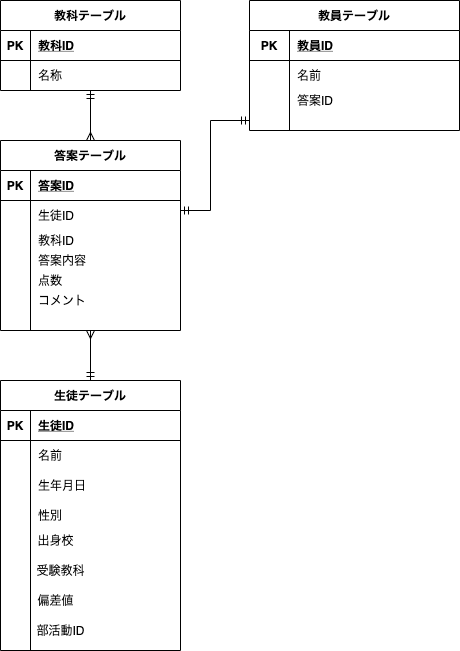
The draw.io diagram index.drawio.png in kentarokita/2021.5.4_kita, before a commit. Source tidied: cells renumbered, new cells last; positions are measured from the earlier drawing's top-left corner, leaving out a move shared by most shapes.
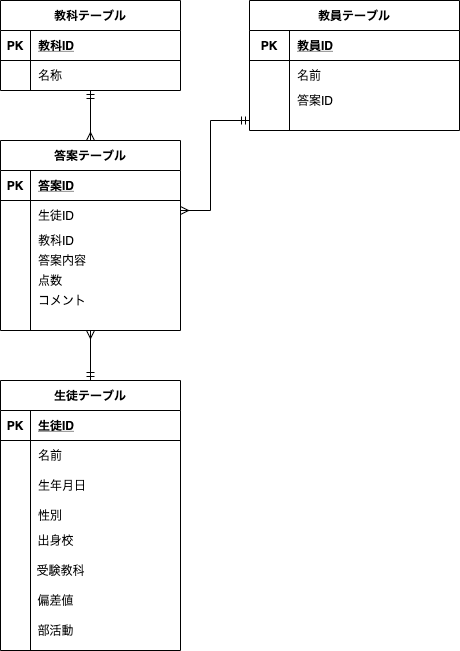
The same file after the commit.

Change to the diagram source:
```diff
@@ -2,7 +2,7 @@
   <root>
     <mxCell id="0" />
     <mxCell id="1" parent="0" />
-    <mxCell id="2" style="edgeStyle=orthogonalEdgeStyle;rounded=0;jettySize=auto;html=1;startArrow=ERmandOne;startFill=0;entryX=0;entryY=0.5;entryDx=0;entryDy=0;endArrow=ERmandOne;endFill=0;" parent="1" edge="1" source="3" target="52">
+    <mxCell id="2" style="edgeStyle=orthogonalEdgeStyle;rounded=0;jettySize=auto;html=1;startArrow=ERmany;startFill=0;entryX=0;entryY=0.5;entryDx=0;entryDy=0;endArrow=ERmandOne;endFill=0;" parent="1" edge="1" source="3" target="52">
       <mxGeometry relative="1" as="geometry">
         <Array as="points">
           <mxPoint x="210" y="210" />
@@ -168,15 +168,15 @@
     <mxCell id="54" style="shape=partialRectangle;fillColor=none;top=0;left=0;bottom=0;right=0;align=left;spacingLeft=6;overflow=hidden;" parent="52" vertex="1">
       <mxGeometry x="40" width="170" height="20" as="geometry" />
     </mxCell>
-    <mxCell id="55" style="edgeStyle=orthogonalEdgeStyle;rounded=0;jettySize=auto;html=1;entryX=0.5;entryY=1;entryDx=0;entryDy=0;startArrow=ERzeroToOne;startFill=1;endArrow=ERmany;endFill=0;" parent="1" edge="1" source="x">
+    <mxCell id="55" style="edgeStyle=orthogonalEdgeStyle;rounded=0;orthogonalLoop=1;jettySize=auto;html=1;entryX=0.5;entryY=1;entryDx=0;entryDy=0;startArrow=ERzeroToOne;startFill=1;endArrow=ERmany;endFill=0;" parent="1" edge="1">
       <mxGeometry relative="1" as="geometry">
         <mxPoint x="640" y="380" as="targetPoint" />
       </mxGeometry>
     </mxCell>
-    <mxCell id="56" value="部活動ID" style="text;html=1;align=center;verticalAlign=middle;" parent="1" vertex="1">
-      <mxGeometry x="30" y="620" width="60" height="20" as="geometry" />
+    <mxCell id="56" value="部活動" style="text;html=1;align=center;verticalAlign=middle;" parent="1" vertex="1">
+      <mxGeometry x="30" y="620" width="50" height="20" as="geometry" />
     </mxCell>
-    <mxCell id="57" style="edgeStyle=orthogonalEdgeStyle;rounded=0;jettySize=auto;html=1;entryX=0;entryY=0.5;entryDx=0;entryDy=0;startArrow=ERmany;startFill=0;endArrow=ERmandOne;endFill=0;" parent="1" edge="1" target="x">
+    <mxCell id="57" style="edgeStyle=orthogonalEdgeStyle;rounded=0;orthogonalLoop=1;jettySize=auto;html=1;entryX=0;entryY=0.5;entryDx=0;entryDy=0;startArrow=ERmany;startFill=0;endArrow=ERmandOne;endFill=0;" parent="1" edge="1">
       <mxGeometry relative="1" as="geometry">
         <mxPoint x="460" y="545" as="sourcePoint" />
       </mxGeometry>
```
